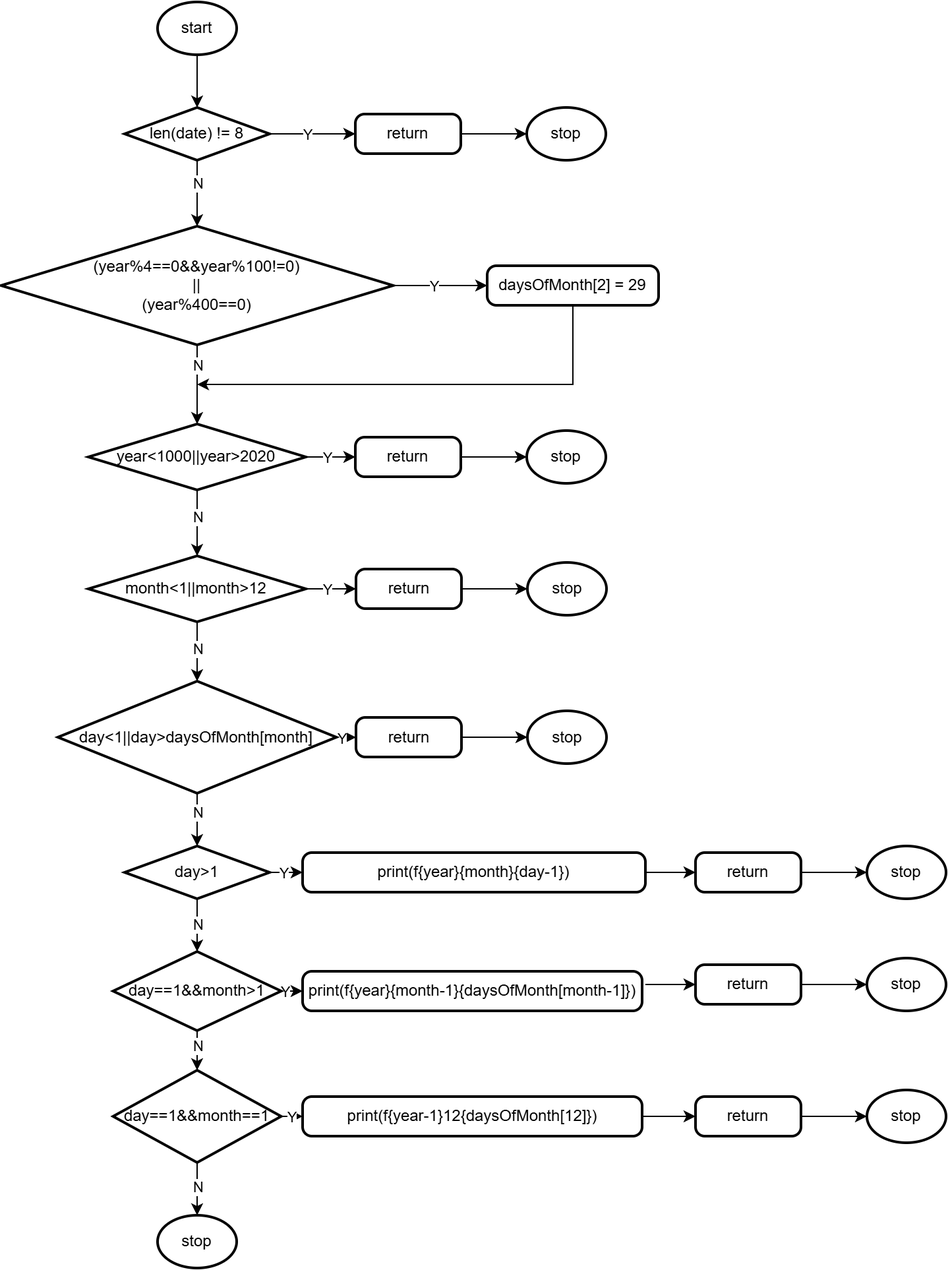
BlackTeaOff/HLJU-Software_Testing keeps this draw.io diagram as Exp_2/images/实验2流程图.png. Above is the earlier version. Source tidied: cells renumbered, new cells last; positions are measured from the earlier drawing's top-left corner, leaving out a move shared by most shapes.
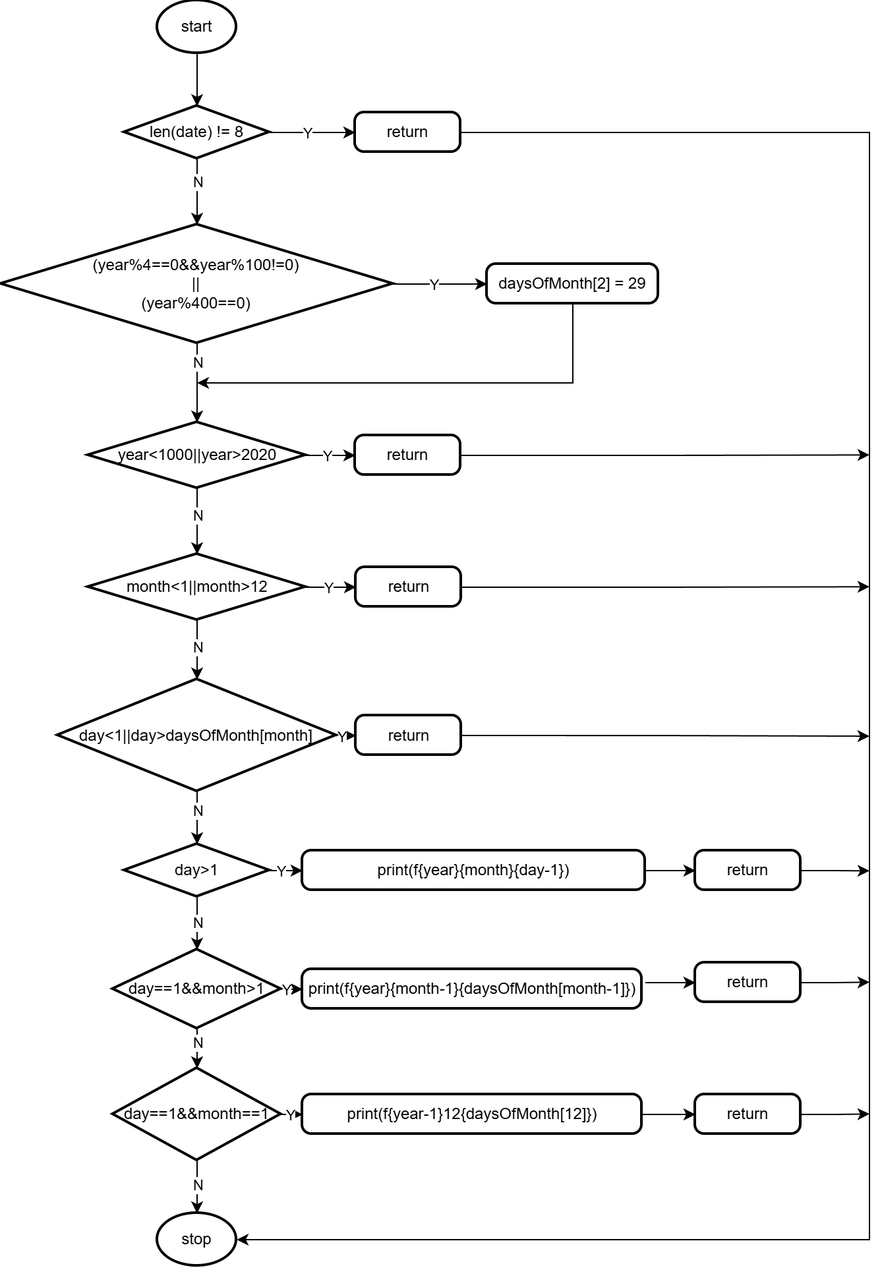
After the commit.

Diff of the diagram source:
```diff
@@ -27,15 +27,9 @@
     <mxCell id="8" value="len(date) != 8" style="strokeWidth=2;html=1;shape=mxgraph.flowchart.decision;whiteSpace=wrap;" parent="1" vertex="1">
       <mxGeometry x="94" y="80" width="110" height="40" as="geometry" />
     </mxCell>
-    <mxCell id="9" style="edgeStyle=orthogonalEdgeStyle;rounded=0;jettySize=auto;html=1;" parent="1" edge="1" source="10" target="11">
-      <mxGeometry relative="1" as="geometry" />
-    </mxCell>
     <mxCell id="10" value="return" style="rounded=1;whiteSpace=wrap;html=1;absoluteArcSize=1;arcSize=14;strokeWidth=2;" parent="1" vertex="1">
       <mxGeometry x="269" y="85" width="80" height="30" as="geometry" />
     </mxCell>
-    <mxCell id="11" value="stop" style="strokeWidth=2;html=1;shape=mxgraph.flowchart.start_2;whiteSpace=wrap;" parent="1" vertex="1">
-      <mxGeometry x="399" y="80" width="60" height="40" as="geometry" />
-    </mxCell>
     <mxCell id="12" style="edgeStyle=orthogonalEdgeStyle;rounded=0;jettySize=auto;html=1;" parent="1" edge="1" source="16" target="18">
       <mxGeometry relative="1" as="geometry" />
     </mxCell>
@@ -86,15 +80,14 @@
     <mxCell id="23" value="year&amp;lt;1000||year&amp;gt;2020" style="strokeWidth=2;html=1;shape=mxgraph.flowchart.decision;whiteSpace=wrap;" parent="1" vertex="1">
       <mxGeometry x="66.5" y="320" width="165" height="50" as="geometry" />
     </mxCell>
-    <mxCell id="24" style="edgeStyle=orthogonalEdgeStyle;rounded=0;jettySize=auto;html=1;" parent="1" edge="1" source="25" target="26">
-      <mxGeometry relative="1" as="geometry" />
-    </mxCell>
+    <mxCell id="74" style="edgeStyle=orthogonalEdgeStyle;rounded=0;jettySize=auto;html=1;exitX=1;exitY=0.5;exitDx=0;exitDy=0;" parent="1" edge="1" source="25">
+      <mxGeometry relative="1" as="geometry">
+        <mxPoint x="659" y="344.7" as="targetPoint" />
+      </mxGeometry>
+    </mxCell>
     <mxCell id="25" value="return" style="rounded=1;whiteSpace=wrap;html=1;absoluteArcSize=1;arcSize=14;strokeWidth=2;" parent="1" vertex="1">
       <mxGeometry x="269" y="330" width="80" height="30" as="geometry" />
     </mxCell>
-    <mxCell id="26" value="stop" style="strokeWidth=2;html=1;shape=mxgraph.flowchart.start_2;whiteSpace=wrap;" parent="1" vertex="1">
-      <mxGeometry x="399" y="325" width="60" height="40" as="geometry" />
-    </mxCell>
     <mxCell id="27" style="edgeStyle=orthogonalEdgeStyle;rounded=0;jettySize=auto;html=1;" parent="1" edge="1" source="29" target="39">
       <mxGeometry relative="1" as="geometry" />
     </mxCell>
@@ -116,15 +109,14 @@
         <mxPoint y="-2" as="offset" />
       </mxGeometry>
     </mxCell>
-    <mxCell id="32" style="edgeStyle=orthogonalEdgeStyle;rounded=0;jettySize=auto;html=1;" parent="1" edge="1" source="33" target="34">
-      <mxGeometry relative="1" as="geometry" />
-    </mxCell>
+    <mxCell id="75" style="edgeStyle=orthogonalEdgeStyle;rounded=0;jettySize=auto;html=1;exitX=1;exitY=0.5;exitDx=0;exitDy=0;" parent="1" edge="1" source="33">
+      <mxGeometry relative="1" as="geometry">
+        <mxPoint x="659" y="444.7" as="targetPoint" />
+      </mxGeometry>
+    </mxCell>
     <mxCell id="33" value="return" style="rounded=1;whiteSpace=wrap;html=1;absoluteArcSize=1;arcSize=14;strokeWidth=2;" parent="1" vertex="1">
       <mxGeometry x="269.5" y="430" width="80" height="30" as="geometry" />
     </mxCell>
-    <mxCell id="34" value="stop" style="strokeWidth=2;html=1;shape=mxgraph.flowchart.start_2;whiteSpace=wrap;" parent="1" vertex="1">
-      <mxGeometry x="399.5" y="425" width="60" height="40" as="geometry" />
-    </mxCell>
     <mxCell id="35" style="edgeStyle=orthogonalEdgeStyle;rounded=0;jettySize=auto;html=1;" parent="1" edge="1" source="39" target="41">
       <mxGeometry relative="1" as="geometry" />
     </mxCell>
@@ -142,15 +134,14 @@
     <mxCell id="39" value="day&amp;lt;1||day&amp;gt;daysOfMonth[month]" style="strokeWidth=2;html=1;shape=mxgraph.flowchart.decision;whiteSpace=wrap;" parent="1" vertex="1">
       <mxGeometry x="43.4" y="515" width="211.2" height="85" as="geometry" />
     </mxCell>
-    <mxCell id="40" style="edgeStyle=orthogonalEdgeStyle;rounded=0;jettySize=auto;html=1;" parent="1" edge="1" source="41" target="42">
-      <mxGeometry relative="1" as="geometry" />
-    </mxCell>
+    <mxCell id="76" style="edgeStyle=orthogonalEdgeStyle;rounded=0;jettySize=auto;html=1;exitX=1;exitY=0.5;exitDx=0;exitDy=0;" parent="1" edge="1" source="41">
+      <mxGeometry relative="1" as="geometry">
+        <mxPoint x="659" y="558" as="targetPoint" />
+      </mxGeometry>
+    </mxCell>
     <mxCell id="41" value="return" style="rounded=1;whiteSpace=wrap;html=1;absoluteArcSize=1;arcSize=14;strokeWidth=2;" parent="1" vertex="1">
       <mxGeometry x="269.5" y="542.5" width="80" height="30" as="geometry" />
     </mxCell>
-    <mxCell id="42" value="stop" style="strokeWidth=2;html=1;shape=mxgraph.flowchart.start_2;whiteSpace=wrap;" parent="1" vertex="1">
-      <mxGeometry x="399.5" y="537.5" width="60" height="40" as="geometry" />
-    </mxCell>
     <mxCell id="43" style="edgeStyle=orthogonalEdgeStyle;rounded=0;jettySize=auto;html=1;" parent="1" edge="1" source="47" target="48">
       <mxGeometry relative="1" as="geometry" />
     </mxCell>
@@ -176,15 +167,14 @@
         <mxPoint x="489" y="660" as="sourcePoint" />
       </mxGeometry>
     </mxCell>
-    <mxCell id="50" style="edgeStyle=orthogonalEdgeStyle;rounded=0;jettySize=auto;html=1;" parent="1" edge="1" source="51" target="52">
-      <mxGeometry relative="1" as="geometry" />
-    </mxCell>
+    <mxCell id="77" style="edgeStyle=orthogonalEdgeStyle;rounded=0;jettySize=auto;html=1;exitX=1;exitY=0.5;exitDx=0;exitDy=0;" parent="1" edge="1" source="51">
+      <mxGeometry relative="1" as="geometry">
+        <mxPoint x="659" y="660.2" as="targetPoint" />
+      </mxGeometry>
+    </mxCell>
     <mxCell id="51" value="return" style="rounded=1;whiteSpace=wrap;html=1;absoluteArcSize=1;arcSize=14;strokeWidth=2;" parent="1" vertex="1">
       <mxGeometry x="527" y="645" width="80" height="30" as="geometry" />
     </mxCell>
-    <mxCell id="52" value="stop" style="strokeWidth=2;html=1;shape=mxgraph.flowchart.start_2;whiteSpace=wrap;" parent="1" vertex="1">
-      <mxGeometry x="657" y="640" width="60" height="40" as="geometry" />
-    </mxCell>
     <mxCell id="53" style="edgeStyle=orthogonalEdgeStyle;rounded=0;jettySize=auto;html=1;" parent="1" edge="1" source="57" target="58">
       <mxGeometry relative="1" as="geometry">
         <Array as="points">
@@ -215,15 +205,14 @@
         <mxPoint x="489" y="745" as="sourcePoint" />
       </mxGeometry>
     </mxCell>
-    <mxCell id="60" style="edgeStyle=orthogonalEdgeStyle;rounded=0;jettySize=auto;html=1;" parent="1" edge="1" source="61" target="62">
-      <mxGeometry relative="1" as="geometry" />
-    </mxCell>
+    <mxCell id="78" style="edgeStyle=orthogonalEdgeStyle;rounded=0;jettySize=auto;html=1;exitX=1;exitY=0.5;exitDx=0;exitDy=0;" parent="1" edge="1" source="61">
+      <mxGeometry relative="1" as="geometry">
+        <mxPoint x="659" y="744.7" as="targetPoint" />
+      </mxGeometry>
+    </mxCell>
     <mxCell id="61" value="return" style="rounded=1;whiteSpace=wrap;html=1;absoluteArcSize=1;arcSize=14;strokeWidth=2;" parent="1" vertex="1">
       <mxGeometry x="527" y="730" width="80" height="30" as="geometry" />
     </mxCell>
-    <mxCell id="62" value="stop" style="strokeWidth=2;html=1;shape=mxgraph.flowchart.start_2;whiteSpace=wrap;" parent="1" vertex="1">
-      <mxGeometry x="657" y="725" width="60" height="40" as="geometry" />
-    </mxCell>
     <mxCell id="63" style="edgeStyle=orthogonalEdgeStyle;rounded=0;jettySize=auto;html=1;" parent="1" edge="1" source="67" target="68">
       <mxGeometry relative="1" as="geometry" />
     </mxCell>
@@ -249,17 +238,24 @@
         <mxPoint x="486.5" y="845" as="sourcePoint" />
       </mxGeometry>
     </mxCell>
-    <mxCell id="70" style="edgeStyle=orthogonalEdgeStyle;rounded=0;jettySize=auto;html=1;" parent="1" edge="1" source="71" target="72">
-      <mxGeometry relative="1" as="geometry" />
-    </mxCell>
+    <mxCell id="79" style="edgeStyle=orthogonalEdgeStyle;rounded=0;jettySize=auto;html=1;exitX=1;exitY=0.5;exitDx=0;exitDy=0;" parent="1" edge="1" source="71">
+      <mxGeometry relative="1" as="geometry">
+        <mxPoint x="659" y="844.7" as="targetPoint" />
+      </mxGeometry>
+    </mxCell>
     <mxCell id="71" value="return" style="rounded=1;whiteSpace=wrap;html=1;absoluteArcSize=1;arcSize=14;strokeWidth=2;" parent="1" vertex="1">
       <mxGeometry x="527" y="830" width="80" height="30" as="geometry" />
     </mxCell>
-    <mxCell id="72" value="stop" style="strokeWidth=2;html=1;shape=mxgraph.flowchart.start_2;whiteSpace=wrap;" parent="1" vertex="1">
-      <mxGeometry x="657" y="825" width="60" height="40" as="geometry" />
-    </mxCell>
     <mxCell id="73" value="stop" style="strokeWidth=2;html=1;shape=mxgraph.flowchart.start_2;whiteSpace=wrap;" parent="1" vertex="1">
       <mxGeometry x="119" y="920" width="60" height="40" as="geometry" />
     </mxCell>
+    <mxCell id="80" style="edgeStyle=orthogonalEdgeStyle;rounded=0;jettySize=auto;html=1;exitX=1;exitY=0.5;exitDx=0;exitDy=0;entryX=1;entryY=0.5;entryDx=0;entryDy=0;entryPerimeter=0;" parent="1" edge="1" source="10" target="73">
+      <mxGeometry relative="1" as="geometry">
+        <Array as="points">
+          <mxPoint x="659" y="100" />
+          <mxPoint x="659" y="940" />
+        </Array>
+      </mxGeometry>
+    </mxCell>
   </root>
 </mxGraphModel>
```
